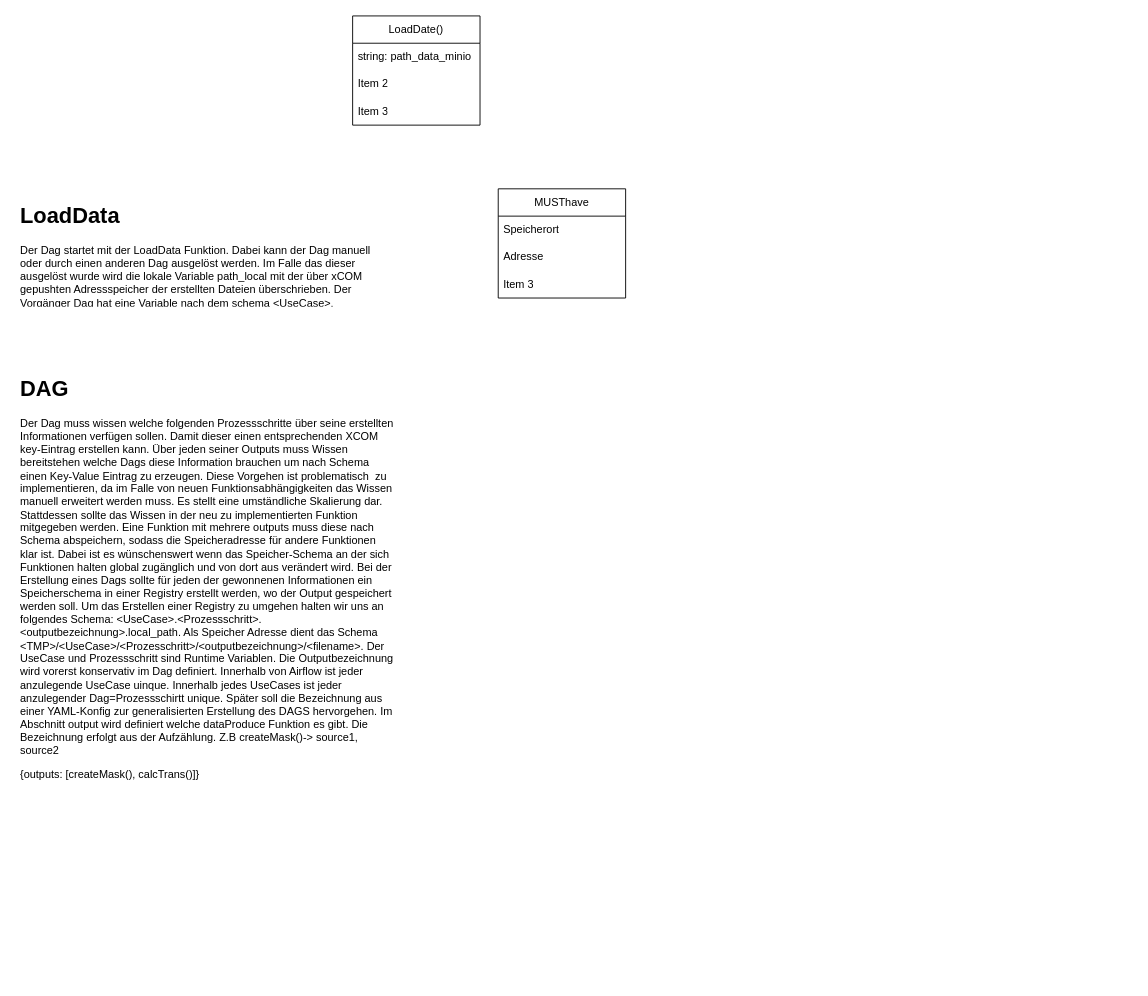
The draw.io diagram page "Klassenbeschreibungen" (8 of 10) of Segmentierung.drawio in aquamas/diagrams, before the edit. Source tidied: cells renumbered, new cells numbered last; positions are measured from the earlier drawing's top-left corner, leaving out a move shared by most shapes. Both pictures are drawn from the tidied source at 91%, with x=0, y=0 at pixel (15, 15).
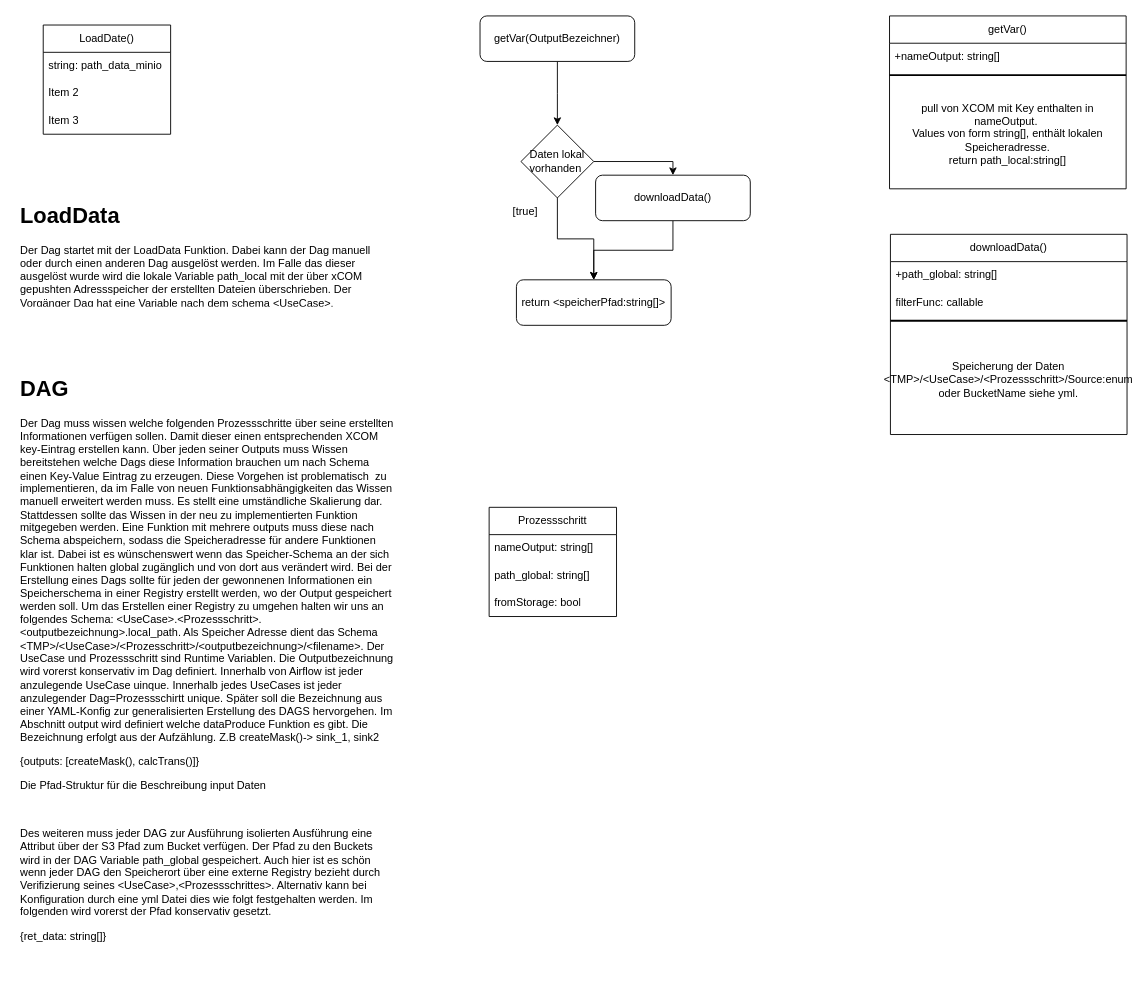
The same page after the edit.

Diff of the diagram source:
```diff
@@
     <mxCell id="2" value="LoadDate()" style="swimlane;fontStyle=0;horizontal=1;startSize=30;whiteSpace=wrap;html=1;" parent="1" vertex="1">
-      <mxGeometry x="370" width="140" height="120" as="geometry" />
+      <mxGeometry x="30" y="10" width="140" height="120" as="geometry" />
     </mxCell>
@@
-    <mxCell id="7" value="MUSThave" style="swimlane;fontStyle=0;horizontal=1;startSize=30;whiteSpace=wrap;html=1;" parent="1" vertex="1">
-      <mxGeometry x="530" y="190" width="140" height="120" as="geometry" />
-    </mxCell>
-    <mxCell id="8" value="Speicherort" style="text;strokeColor=none;fillColor=none;align=left;verticalAlign=middle;spacingLeft=4;spacingRight=4;overflow=hidden;whiteSpace=wrap;html=1;" parent="7" vertex="1">
-      <mxGeometry y="30" width="140" height="30" as="geometry" />
-    </mxCell>
-    <mxCell id="9" value="Adresse" style="text;strokeColor=none;fillColor=none;align=left;verticalAlign=middle;spacingLeft=4;spacingRight=4;overflow=hidden;whiteSpace=wrap;html=1;" parent="7" vertex="1">
-      <mxGeometry y="60" width="140" height="30" as="geometry" />
-    </mxCell>
-    <mxCell id="10" value="Item 3" style="text;strokeColor=none;fillColor=none;align=left;verticalAlign=middle;spacingLeft=4;spacingRight=4;overflow=hidden;whiteSpace=wrap;html=1;" parent="7" vertex="1">
-      <mxGeometry y="90" width="140" height="30" as="geometry" />
-    </mxCell>
-    <mxCell id="11" value="&lt;h1&gt;DAG&lt;/h1&gt;&lt;p&gt;Der Dag muss wissen welche folgenden Prozessschritte über seine erstellten Informationen verfügen sollen. Damit dieser einen entsprechenden XCOM key-Eintrag erstellen kann. Über jeden seiner Outputs muss Wissen bereitstehen welche Dags diese Information brauchen um nach Schema einen Key-Value Eintrag zu erzeugen. Diese Vorgehen ist problematisch&amp;nbsp; zu implementieren, da im Falle von neuen Funktionsabhängigkeiten das Wissen manuell erweitert werden muss. Es stellt eine umständliche Skalierung dar. Stattdessen sollte das Wissen in der neu zu implementierten Funktion mitgegeben werden. Eine Funktion mit mehrere outputs muss diese nach Schema abspeichern, sodass die Speicheradresse für andere Funktionen klar ist. Dabei ist es wünschenswert wenn das Speicher-Schema an der sich Funktionen halten global zugänglich und von dort aus verändert wird. Bei der Erstellung eines Dags sollte für jeden der gewonnenen Informationen ein Speicherschema in einer Registry erstellt werden, wo der Output gespeichert werden soll. Um das Erstellen einer Registry zu umgehen halten wir uns an folgendes Schema: &amp;lt;UseCase&amp;gt;.&amp;lt;Prozessschritt&amp;gt;.&amp;lt;outputbezeichnung&amp;gt;.local_path. Als Speicher Adresse dient das Schema&amp;nbsp; &amp;lt;TMP&amp;gt;/&amp;lt;UseCase&amp;gt;/&amp;lt;Prozesschritt&amp;gt;/&amp;lt;outputbezeichnung&amp;gt;/&amp;lt;filename&amp;gt;. Der UseCase und Prozessschritt sind Runtime Variablen. Die Outputbezeichnung wird vorerst konservativ im Dag definiert. Innerhalb von Airflow ist jeder anzulegende UseCase uinque. Innerhalb jedes UseCases ist jeder anzulegender Dag=Prozessschirtt unique. Später soll die Bezeichnung aus einer YAML-Konfig zur generalisierten Erstellung des DAGS hervorgehen. Im Abschnitt output wird definiert welche dataProduce Funktion es gibt. Die Bezeichnung erfolgt aus der Aufzählung. Z.B createMask()-&amp;gt; source1, source2&lt;/p&gt;&lt;p&gt;{outputs: [createMask(), calcTrans()]}&lt;/p&gt;&lt;p&gt;&lt;br&gt;&lt;/p&gt;" style="text;html=1;strokeColor=none;fillColor=none;spacing=5;spacingTop=-20;whiteSpace=wrap;overflow=hidden;rounded=0;" parent="1" vertex="1">
-      <mxGeometry y="390" width="420" height="510" as="geometry" />
+    <mxCell id="11" value="&lt;h1&gt;DAG&lt;/h1&gt;&lt;p&gt;Der Dag muss wissen welche folgenden Prozessschritte über seine erstellten Informationen verfügen sollen. Damit dieser einen entsprechenden XCOM key-Eintrag erstellen kann. Über jeden seiner Outputs muss Wissen bereitstehen welche Dags diese Information brauchen um nach Schema einen Key-Value Eintrag zu erzeugen. Diese Vorgehen ist problematisch&amp;nbsp; zu implementieren, da im Falle von neuen Funktionsabhängigkeiten das Wissen manuell erweitert werden muss. Es stellt eine umständliche Skalierung dar. Stattdessen sollte das Wissen in der neu zu implementierten Funktion mitgegeben werden. Eine Funktion mit mehrere outputs muss diese nach Schema abspeichern, sodass die Speicheradresse für andere Funktionen klar ist. Dabei ist es wünschenswert wenn das Speicher-Schema an der sich Funktionen halten global zugänglich und von dort aus verändert wird. Bei der Erstellung eines Dags sollte für jeden der gewonnenen Informationen ein Speicherschema in einer Registry erstellt werden, wo der Output gespeichert werden soll. Um das Erstellen einer Registry zu umgehen halten wir uns an folgendes Schema: &amp;lt;UseCase&amp;gt;.&amp;lt;Prozessschritt&amp;gt;.&amp;lt;outputbezeichnung&amp;gt;.local_path. Als Speicher Adresse dient das Schema&amp;nbsp; &amp;lt;TMP&amp;gt;/&amp;lt;UseCase&amp;gt;/&amp;lt;Prozesschritt&amp;gt;/&amp;lt;outputbezeichnung&amp;gt;/&amp;lt;filename&amp;gt;. Der UseCase und Prozessschritt sind Runtime Variablen. Die Outputbezeichnung wird vorerst konservativ im Dag definiert. Innerhalb von Airflow ist jeder anzulegende UseCase uinque. Innerhalb jedes UseCases ist jeder anzulegender Dag=Prozessschirtt unique. Später soll die Bezeichnung aus einer YAML-Konfig zur generalisierten Erstellung des DAGS hervorgehen. Im Abschnitt output wird definiert welche dataProduce Funktion es gibt. Die Bezeichnung erfolgt aus der Aufzählung. Z.B createMask()-&amp;gt; sink_1, sink2&lt;/p&gt;&lt;p&gt;{outputs: [createMask(), calcTrans()]}&lt;/p&gt;&lt;p&gt;Die Pfad-Struktur für die Beschreibung input Daten&lt;/p&gt;&lt;p&gt;&lt;br&gt;&lt;/p&gt;&lt;p&gt;Des weiteren muss jeder DAG zur Ausführung isolierten Ausführung eine Attribut über der S3 Pfad zum Bucket verfügen. Der Pfad zu den Buckets wird in der DAG Variable path_global gespeichert. Auch hier ist es schön wenn jeder DAG den Speicherort über eine externe Registry bezieht durch Verifizierung seines &amp;lt;UseCase&amp;gt;,&amp;lt;Prozessschrittes&amp;gt;. Alternativ kann bei Konfiguration durch eine yml Datei dies wie folgt festgehalten werden. Im folgenden wird vorerst der Pfad konservativ gesetzt.&lt;/p&gt;&lt;p&gt;{ret_data: string[]}&lt;/p&gt;&lt;p&gt;&lt;br&gt;&lt;/p&gt;" style="text;html=1;strokeColor=none;fillColor=none;spacing=5;spacingTop=-20;whiteSpace=wrap;overflow=hidden;rounded=0;" parent="1" vertex="1">
+      <mxGeometry y="390" width="420" height="670" as="geometry" />
     </mxCell>
+    <mxCell id="12" value="Prozessschritt" style="swimlane;fontStyle=0;horizontal=1;startSize=30;whiteSpace=wrap;html=1;" parent="1" vertex="1">
+      <mxGeometry x="520" y="540" width="140" height="120" as="geometry" />
+    </mxCell>
+    <mxCell id="13" value="nameOutput: string[]" style="text;strokeColor=none;fillColor=none;align=left;verticalAlign=middle;spacingLeft=4;spacingRight=4;overflow=hidden;whiteSpace=wrap;html=1;" parent="12" vertex="1">
+      <mxGeometry y="30" width="140" height="30" as="geometry" />
+    </mxCell>
+    <mxCell id="14" value="path_global: string[]" style="text;strokeColor=none;fillColor=none;align=left;verticalAlign=middle;spacingLeft=4;spacingRight=4;overflow=hidden;whiteSpace=wrap;html=1;" parent="12" vertex="1">
+      <mxGeometry y="60" width="140" height="30" as="geometry" />
+    </mxCell>
+    <mxCell id="15" value="fromStorage: bool" style="text;strokeColor=none;fillColor=none;align=left;verticalAlign=middle;spacingLeft=4;spacingRight=4;overflow=hidden;whiteSpace=wrap;html=1;" parent="12" vertex="1">
+      <mxGeometry y="90" width="140" height="30" as="geometry" />
+    </mxCell>
+    <mxCell id="16" style="edgeStyle=orthogonalEdgeStyle;rounded=0;jettySize=auto;html=1;" parent="1" edge="1" source="17">
+      <mxGeometry relative="1" as="geometry">
+        <mxPoint x="595" y="120" as="targetPoint" />
+      </mxGeometry>
+    </mxCell>
+    <mxCell id="17" value="getVar(OutputBezeichner)" style="rounded=1;whiteSpace=wrap;html=1;" parent="1" vertex="1">
+      <mxGeometry x="510" width="170" height="50" as="geometry" />
+    </mxCell>
+    <mxCell id="18" style="edgeStyle=orthogonalEdgeStyle;rounded=0;jettySize=auto;html=1;" parent="1" edge="1" source="19" target="34">
+      <mxGeometry relative="1" as="geometry" />
+    </mxCell>
+    <mxCell id="19" style="rhombus;whiteSpace=wrap;html=1;" parent="1" vertex="1">
+      <mxGeometry x="555" y="120" width="80" height="80" as="geometry" />
+    </mxCell>
+    <mxCell id="20" style="endArrow=classic;html=1;rounded=0;exitX=1;exitY=0.5;exitDx=0;exitDy=0;entryX=0.5;entryY=0;entryDx=0;entryDy=0;" parent="1" edge="1" source="19" target="24">
+      <mxGeometry relative="1" as="geometry">
+        <Array as="points">
+          <mxPoint x="722" y="160" />
+        </Array>
+      </mxGeometry>
+    </mxCell>
+    <mxCell id="21" value="&lt;br&gt;Daten lokal vorhanden&amp;nbsp;" style="text;html=1;strokeColor=none;fillColor=none;align=center;verticalAlign=middle;whiteSpace=wrap;rounded=0;" parent="1" vertex="1">
+      <mxGeometry x="540" y="130" width="110" height="45" as="geometry" />
+    </mxCell>
+    <mxCell id="22" value="[true]" style="text;html=1;strokeColor=none;fillColor=none;align=center;verticalAlign=middle;whiteSpace=wrap;rounded=0;" parent="1" vertex="1">
+      <mxGeometry x="530" y="200" width="60" height="30" as="geometry" />
+    </mxCell>
+    <mxCell id="23" style="edgeStyle=orthogonalEdgeStyle;rounded=0;jettySize=auto;html=1;" parent="1" edge="1" source="24" target="34">
+      <mxGeometry relative="1" as="geometry" />
+    </mxCell>
+    <mxCell id="24" value="downloadData()" style="rounded=1;whiteSpace=wrap;html=1;" parent="1" vertex="1">
+      <mxGeometry x="637" y="175" width="170" height="50" as="geometry" />
+    </mxCell>
+    <mxCell id="25" value="getVar()" style="swimlane;fontStyle=0;horizontal=1;startSize=30;whiteSpace=wrap;html=1;" parent="1" vertex="1">
+      <mxGeometry x="960" width="260" height="190" as="geometry" />
+    </mxCell>
+    <mxCell id="26" value="+nameOutput: string[]" style="text;strokeColor=none;fillColor=none;align=left;verticalAlign=middle;spacingLeft=4;spacingRight=4;overflow=hidden;whiteSpace=wrap;html=1;" parent="25" vertex="1">
+      <mxGeometry y="30" width="260" height="30" as="geometry" />
+    </mxCell>
+    <mxCell id="27" style="line;strokeWidth=2;html=1;" parent="25" vertex="1">
+      <mxGeometry y="60" width="260" height="10" as="geometry" />
+    </mxCell>
+    <mxCell id="28" value="pull von XCOM mit Key enthalten in nameOutput.&amp;nbsp;&lt;br&gt;Values von form string[], enthält lokalen Speicheradresse.&lt;br&gt;return path_local:string[]" style="text;html=1;strokeColor=none;fillColor=none;align=center;verticalAlign=middle;whiteSpace=wrap;rounded=0;" parent="25" vertex="1">
+      <mxGeometry y="70" width="260" height="120" as="geometry" />
+    </mxCell>
+    <mxCell id="29" value="downloadData()" style="swimlane;fontStyle=0;horizontal=1;startSize=30;whiteSpace=wrap;html=1;" parent="1" vertex="1">
+      <mxGeometry x="961" y="240" width="260" height="220" as="geometry" />
+    </mxCell>
+    <mxCell id="30" value="+path_global: string[]" style="text;strokeColor=none;fillColor=none;align=left;verticalAlign=middle;spacingLeft=4;spacingRight=4;overflow=hidden;whiteSpace=wrap;html=1;" parent="29" vertex="1">
+      <mxGeometry y="30" width="260" height="30" as="geometry" />
+    </mxCell>
+    <mxCell id="31" value="filterFunc: callable" style="text;strokeColor=none;fillColor=none;align=left;verticalAlign=middle;spacingLeft=4;spacingRight=4;overflow=hidden;whiteSpace=wrap;html=1;" parent="29" vertex="1">
+      <mxGeometry y="60" width="260" height="30" as="geometry" />
+    </mxCell>
+    <mxCell id="32" style="line;strokeWidth=2;html=1;" parent="29" vertex="1">
+      <mxGeometry y="90" width="260" height="10" as="geometry" />
+    </mxCell>
+    <mxCell id="33" value="Speicherung der Daten &amp;lt;TMP&amp;gt;/&amp;lt;UseCase&amp;gt;/&amp;lt;Prozessschritt&amp;gt;/Source:enum oder BucketName siehe yml." style="text;html=1;strokeColor=none;fillColor=none;align=center;verticalAlign=middle;whiteSpace=wrap;rounded=0;" parent="29" vertex="1">
+      <mxGeometry y="100" width="260" height="120" as="geometry" />
+    </mxCell>
+    <mxCell id="34" value="return &amp;lt;speicherPfad:string[]&amp;gt;" style="rounded=1;whiteSpace=wrap;html=1;" parent="1" vertex="1">
+      <mxGeometry x="550" y="290" width="170" height="50" as="geometry" />
+    </mxCell>
```
